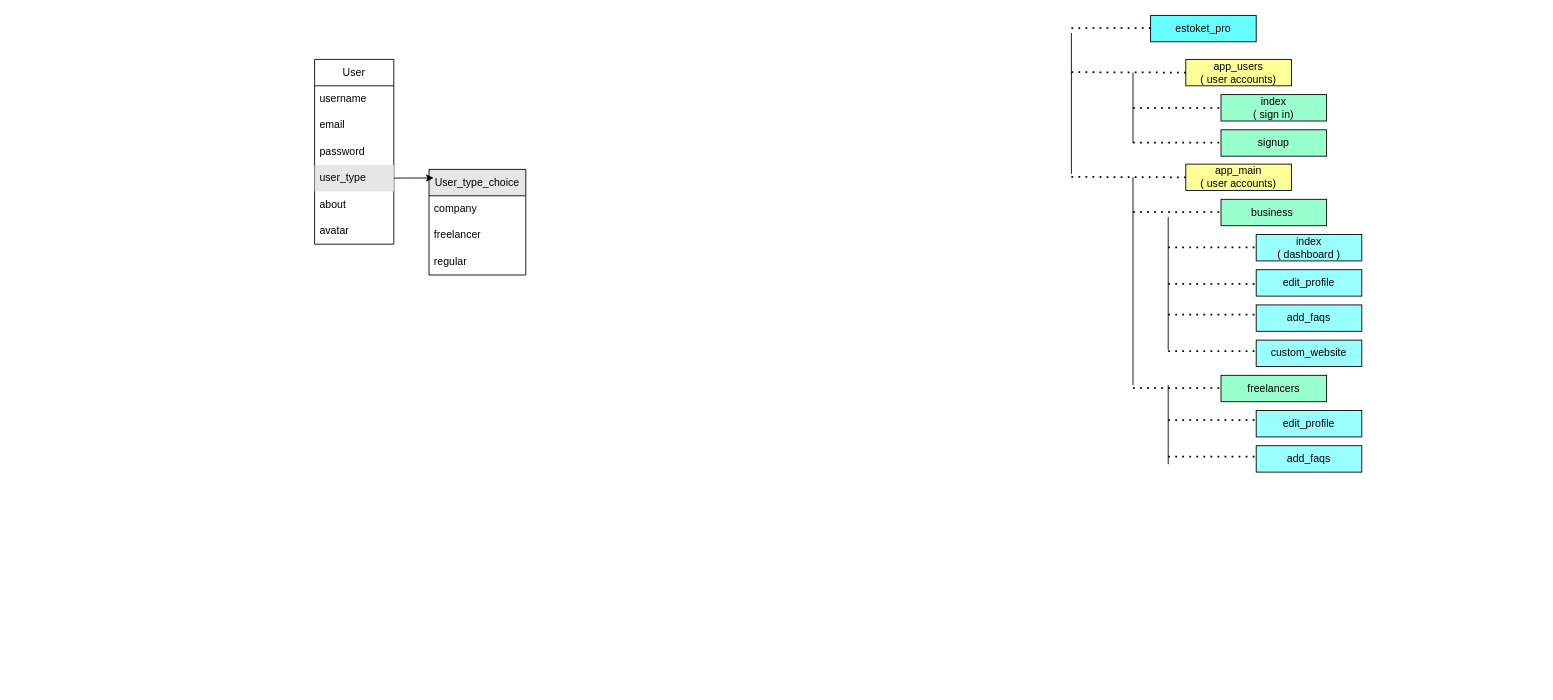
Before: z_proto.drawio in I-AGBLE/estoket_pro, a draw.io diagram. Source tidied: cells renumbered, new cells numbered last; positions are measured from the earlier drawing's top-left corner, leaving out a move shared by most shapes. Both pictures are drawn from the tidied source at 88%, with x=0, y=0 at pixel (314, 15).
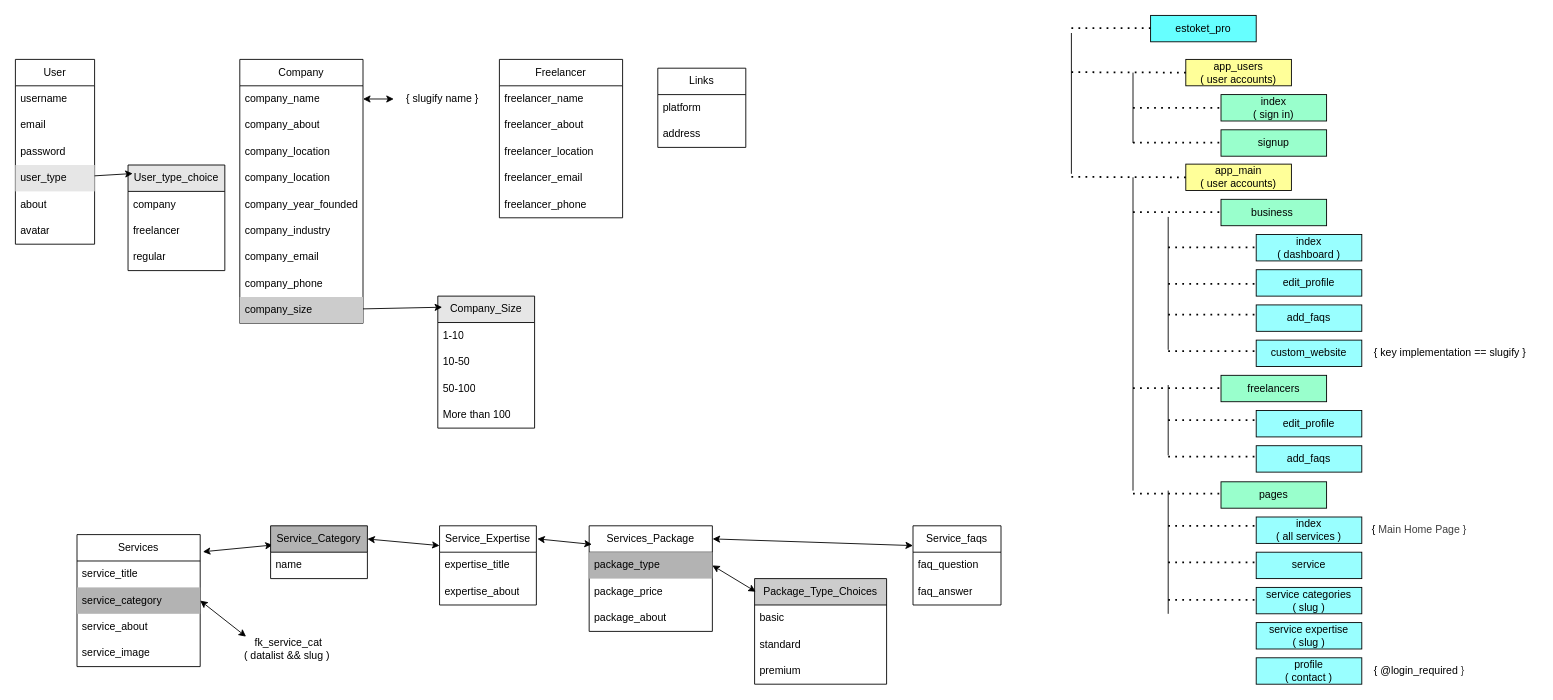
After the change.

The edit, as a diff of the source:
```diff
@@
     <mxCell id="2" value="User" style="swimlane;fontStyle=0;horizontal=1;startSize=30;whiteSpace=wrap;html=1;" parent="1" vertex="1">
-      <mxGeometry y="50" width="90" height="210" as="geometry" />
+      <mxGeometry x="-340" y="50" width="90" height="210" as="geometry" />
     </mxCell>
@@
     <mxCell id="9" value="User_type_choice" style="swimlane;fontStyle=0;horizontal=1;startSize=30;whiteSpace=wrap;html=1;fillColor=#E6E6E6;" parent="1" vertex="1">
-      <mxGeometry x="130" y="175" width="110" height="120" as="geometry" />
+      <mxGeometry x="-212" y="170" width="110" height="120" as="geometry" />
     </mxCell>
@@
-    <mxCell id="24" value="&lt;div&gt;&lt;span style=&quot;background-color: transparent;&quot;&gt;&lt;font color=&quot;#000000&quot;&gt;custom_website&lt;/font&gt;&lt;/span&gt;&lt;/div&gt;" style="rounded=0;whiteSpace=wrap;html=1;fillColor=#99FFFF;" parent="1" vertex="1">
-      <mxGeometry x="1070" y="369" width="120" height="30" as="geometry" />
-    </mxCell>
@@
     <mxCell id="42" style="endArrow=none;html=1;" parent="1" edge="1">
       <mxGeometry relative="1" as="geometry">
-        <mxPoint x="930" y="420" as="sourcePoint" />
+        <mxPoint x="930" y="540" as="sourcePoint" />
         <mxPoint x="930" y="184" as="targetPoint" />
       </mxGeometry>
     </mxCell>
     <mxCell id="43" style="endArrow=none;html=1;" parent="1" edge="1">
       <mxGeometry relative="1" as="geometry">
-        <mxPoint x="970" y="510" as="sourcePoint" />
+        <mxPoint x="970" y="500" as="sourcePoint" />
         <mxPoint x="970" y="420" as="targetPoint" />
       </mxGeometry>
     </mxCell>
@@
+    <mxCell id="45" value="Company" style="swimlane;fontStyle=0;horizontal=1;startSize=30;whiteSpace=wrap;html=1;" parent="1" vertex="1">
+      <mxGeometry x="-85" y="50" width="140" height="300" as="geometry" />
+    </mxCell>
+    <mxCell id="46" value="company_name" style="text;strokeColor=none;fillColor=none;align=left;verticalAlign=middle;spacingLeft=4;spacingRight=4;overflow=hidden;points=[[0,0.5],[1,0.5]];portConstraint=eastwest;whiteSpace=wrap;html=1;" parent="45" vertex="1">
+      <mxGeometry y="30" width="140" height="30" as="geometry" />
+    </mxCell>
+    <mxCell id="47" value="company_about" style="text;strokeColor=none;fillColor=none;align=left;verticalAlign=middle;spacingLeft=4;spacingRight=4;overflow=hidden;whiteSpace=wrap;html=1;" parent="45" vertex="1">
+      <mxGeometry y="60" width="140" height="30" as="geometry" />
+    </mxCell>
+    <mxCell id="48" value="company_location" style="text;strokeColor=none;fillColor=none;align=left;verticalAlign=middle;spacingLeft=4;spacingRight=4;overflow=hidden;whiteSpace=wrap;html=1;" parent="45" vertex="1">
+      <mxGeometry y="90" width="140" height="30" as="geometry" />
+    </mxCell>
+    <mxCell id="49" value="company_location" style="text;strokeColor=none;fillColor=none;align=left;verticalAlign=middle;spacingLeft=4;spacingRight=4;overflow=hidden;whiteSpace=wrap;html=1;" parent="45" vertex="1">
+      <mxGeometry y="120" width="140" height="30" as="geometry" />
+    </mxCell>
+    <mxCell id="50" value="company_year_founded" style="text;strokeColor=none;fillColor=none;align=left;verticalAlign=middle;spacingLeft=4;spacingRight=4;overflow=hidden;whiteSpace=wrap;html=1;" parent="45" vertex="1">
+      <mxGeometry y="150" width="140" height="30" as="geometry" />
+    </mxCell>
+    <mxCell id="51" value="company_industry" style="text;strokeColor=none;fillColor=none;align=left;verticalAlign=middle;spacingLeft=4;spacingRight=4;overflow=hidden;whiteSpace=wrap;html=1;" parent="45" vertex="1">
+      <mxGeometry y="180" width="140" height="30" as="geometry" />
+    </mxCell>
+    <mxCell id="52" value="company_email" style="text;strokeColor=none;fillColor=none;align=left;verticalAlign=middle;spacingLeft=4;spacingRight=4;overflow=hidden;whiteSpace=wrap;html=1;" parent="45" vertex="1">
+      <mxGeometry y="210" width="140" height="30" as="geometry" />
+    </mxCell>
+    <mxCell id="53" value="company_phone" style="text;strokeColor=none;fillColor=none;align=left;verticalAlign=middle;spacingLeft=4;spacingRight=4;overflow=hidden;whiteSpace=wrap;html=1;" parent="45" vertex="1">
+      <mxGeometry y="240" width="140" height="30" as="geometry" />
+    </mxCell>
+    <mxCell id="54" value="company_size" style="text;strokeColor=none;fillColor=#CCCCCC;align=left;verticalAlign=middle;spacingLeft=4;spacingRight=4;overflow=hidden;points=[[0,0.5],[1,0.5]];portConstraint=eastwest;whiteSpace=wrap;html=1;" parent="45" vertex="1">
+      <mxGeometry y="270" width="140" height="30" as="geometry" />
+    </mxCell>
+    <mxCell id="55" value="Company_Size" style="swimlane;fontStyle=0;horizontal=1;startSize=30;whiteSpace=wrap;html=1;fillColor=#E6E6E6;" parent="1" vertex="1">
+      <mxGeometry x="140" y="319" width="110" height="150" as="geometry" />
+    </mxCell>
+    <mxCell id="56" value="&lt;span style=&quot;color: rgb(0, 0, 0);&quot;&gt;1-10&lt;/span&gt;" style="text;strokeColor=none;fillColor=none;align=left;verticalAlign=middle;spacingLeft=4;spacingRight=4;overflow=hidden;whiteSpace=wrap;html=1;" parent="55" vertex="1">
+      <mxGeometry y="30" width="110" height="30" as="geometry" />
+    </mxCell>
+    <mxCell id="57" value="&lt;span style=&quot;color: rgb(0, 0, 0);&quot;&gt;10-50&lt;/span&gt;" style="text;strokeColor=none;fillColor=none;align=left;verticalAlign=middle;spacingLeft=4;spacingRight=4;overflow=hidden;whiteSpace=wrap;html=1;" parent="55" vertex="1">
+      <mxGeometry y="60" width="110" height="30" as="geometry" />
+    </mxCell>
+    <mxCell id="58" value="&lt;span style=&quot;color: rgb(0, 0, 0);&quot;&gt;50-100&lt;/span&gt;" style="text;strokeColor=none;fillColor=none;align=left;verticalAlign=middle;spacingLeft=4;spacingRight=4;overflow=hidden;whiteSpace=wrap;html=1;" parent="55" vertex="1">
+      <mxGeometry y="90" width="110" height="30" as="geometry" />
+    </mxCell>
+    <mxCell id="59" value="More than 100" style="text;strokeColor=none;fillColor=none;align=left;verticalAlign=middle;spacingLeft=4;spacingRight=4;overflow=hidden;whiteSpace=wrap;html=1;" parent="55" vertex="1">
+      <mxGeometry y="120" width="110" height="30" as="geometry" />
+    </mxCell>
+    <mxCell id="60" style="edgeStyle=none;html=1;entryX=0.045;entryY=0.084;entryDx=0;entryDy=0;entryPerimeter=0;" parent="1" edge="1" source="54" target="55">
+      <mxGeometry relative="1" as="geometry" />
+    </mxCell>
+    <mxCell id="61" value="Freelancer" style="swimlane;fontStyle=0;horizontal=1;startSize=30;whiteSpace=wrap;html=1;" parent="1" vertex="1">
+      <mxGeometry x="210" y="50" width="140" height="180" as="geometry" />
+    </mxCell>
+    <mxCell id="62" value="freelancer_name" style="text;strokeColor=none;fillColor=none;align=left;verticalAlign=middle;spacingLeft=4;spacingRight=4;overflow=hidden;whiteSpace=wrap;html=1;" parent="61" vertex="1">
+      <mxGeometry y="30" width="140" height="30" as="geometry" />
+    </mxCell>
+    <mxCell id="63" value="freelancer_about" style="text;strokeColor=none;fillColor=none;align=left;verticalAlign=middle;spacingLeft=4;spacingRight=4;overflow=hidden;whiteSpace=wrap;html=1;" parent="61" vertex="1">
+      <mxGeometry y="60" width="140" height="30" as="geometry" />
+    </mxCell>
+    <mxCell id="64" value="freelancer_location" style="text;strokeColor=none;fillColor=none;align=left;verticalAlign=middle;spacingLeft=4;spacingRight=4;overflow=hidden;whiteSpace=wrap;html=1;" parent="61" vertex="1">
+      <mxGeometry y="90" width="140" height="30" as="geometry" />
+    </mxCell>
+    <mxCell id="65" value="freelancer_email" style="text;strokeColor=none;fillColor=none;align=left;verticalAlign=middle;spacingLeft=4;spacingRight=4;overflow=hidden;whiteSpace=wrap;html=1;" parent="61" vertex="1">
+      <mxGeometry y="120" width="140" height="30" as="geometry" />
+    </mxCell>
+    <mxCell id="66" value="freelancer_phone" style="text;strokeColor=none;fillColor=none;align=left;verticalAlign=middle;spacingLeft=4;spacingRight=4;overflow=hidden;whiteSpace=wrap;html=1;" parent="61" vertex="1">
+      <mxGeometry y="150" width="140" height="30" as="geometry" />
+    </mxCell>
+    <mxCell id="67" value="Links" style="swimlane;fontStyle=0;horizontal=1;startSize=30;whiteSpace=wrap;html=1;" parent="1" vertex="1">
+      <mxGeometry x="390" y="60" width="100" height="90" as="geometry" />
+    </mxCell>
+    <mxCell id="68" value="platform" style="text;strokeColor=none;fillColor=none;align=left;verticalAlign=middle;spacingLeft=4;spacingRight=4;overflow=hidden;whiteSpace=wrap;html=1;" parent="67" vertex="1">
+      <mxGeometry y="30" width="100" height="30" as="geometry" />
+    </mxCell>
+    <mxCell id="69" value="address" style="text;strokeColor=none;fillColor=none;align=left;verticalAlign=middle;spacingLeft=4;spacingRight=4;overflow=hidden;whiteSpace=wrap;html=1;" parent="67" vertex="1">
+      <mxGeometry y="60" width="100" height="30" as="geometry" />
+    </mxCell>
+    <mxCell id="70" value="Services" style="swimlane;fontStyle=0;horizontal=1;startSize=30;whiteSpace=wrap;html=1;" parent="1" vertex="1">
+      <mxGeometry x="-270" y="590" width="140" height="150" as="geometry" />
+    </mxCell>
+    <mxCell id="71" value="service_title" style="text;strokeColor=none;fillColor=none;align=left;verticalAlign=middle;spacingLeft=4;spacingRight=4;overflow=hidden;whiteSpace=wrap;html=1;" parent="70" vertex="1">
+      <mxGeometry y="30" width="140" height="30" as="geometry" />
+    </mxCell>
+    <mxCell id="72" value="service_category" style="text;strokeColor=none;fillColor=#B3B3B3;align=left;verticalAlign=middle;spacingLeft=4;spacingRight=4;overflow=hidden;points=[[0,0.5],[1,0.5]];portConstraint=eastwest;whiteSpace=wrap;html=1;" parent="70" vertex="1">
+      <mxGeometry y="60" width="140" height="30" as="geometry" />
+    </mxCell>
+    <mxCell id="73" value="service_about" style="text;strokeColor=none;fillColor=none;align=left;verticalAlign=middle;spacingLeft=4;spacingRight=4;overflow=hidden;whiteSpace=wrap;html=1;" parent="70" vertex="1">
+      <mxGeometry y="90" width="140" height="30" as="geometry" />
+    </mxCell>
+    <mxCell id="74" value="service_image" style="text;strokeColor=none;fillColor=none;align=left;verticalAlign=middle;spacingLeft=4;spacingRight=4;overflow=hidden;whiteSpace=wrap;html=1;" parent="70" vertex="1">
+      <mxGeometry y="120" width="140" height="30" as="geometry" />
+    </mxCell>
+    <mxCell id="75" value="Service_Expertise" style="swimlane;fontStyle=0;horizontal=1;startSize=30;whiteSpace=wrap;html=1;" parent="1" vertex="1">
+      <mxGeometry x="142" y="580" width="110" height="90" as="geometry" />
+    </mxCell>
+    <mxCell id="76" value="expertise_title" style="text;strokeColor=none;fillColor=none;align=left;verticalAlign=middle;spacingLeft=4;spacingRight=4;overflow=hidden;whiteSpace=wrap;html=1;" parent="75" vertex="1">
+      <mxGeometry y="30" width="110" height="30" as="geometry" />
+    </mxCell>
+    <mxCell id="77" value="expertise_about" style="text;strokeColor=none;fillColor=none;align=left;verticalAlign=middle;spacingLeft=4;spacingRight=4;overflow=hidden;whiteSpace=wrap;html=1;" parent="75" vertex="1">
+      <mxGeometry y="60" width="110" height="30" as="geometry" />
+    </mxCell>
+    <mxCell id="78" value="Services_Package" style="swimlane;fontStyle=0;horizontal=1;startSize=30;whiteSpace=wrap;html=1;" parent="1" vertex="1">
+      <mxGeometry x="312" y="580" width="140" height="120" as="geometry" />
+    </mxCell>
+    <mxCell id="79" value="package_type" style="text;strokeColor=none;fillColor=#B3B3B3;align=left;verticalAlign=middle;spacingLeft=4;spacingRight=4;overflow=hidden;points=[[0,0.5],[1,0.5]];portConstraint=eastwest;whiteSpace=wrap;html=1;" parent="78" vertex="1">
+      <mxGeometry y="30" width="140" height="30" as="geometry" />
+    </mxCell>
+    <mxCell id="80" value="package_price" style="text;strokeColor=none;fillColor=none;align=left;verticalAlign=middle;spacingLeft=4;spacingRight=4;overflow=hidden;whiteSpace=wrap;html=1;" parent="78" vertex="1">
+      <mxGeometry y="60" width="140" height="30" as="geometry" />
+    </mxCell>
+    <mxCell id="81" value="package_about" style="text;strokeColor=none;fillColor=none;align=left;verticalAlign=middle;spacingLeft=4;spacingRight=4;overflow=hidden;whiteSpace=wrap;html=1;" parent="78" vertex="1">
+      <mxGeometry y="90" width="140" height="30" as="geometry" />
+    </mxCell>
+    <mxCell id="82" value="Service_faqs" style="swimlane;fontStyle=0;horizontal=1;startSize=30;whiteSpace=wrap;html=1;" parent="1" vertex="1">
+      <mxGeometry x="680" y="580" width="100" height="90" as="geometry" />
+    </mxCell>
+    <mxCell id="83" value="faq_question" style="text;strokeColor=none;fillColor=none;align=left;verticalAlign=middle;spacingLeft=4;spacingRight=4;overflow=hidden;whiteSpace=wrap;html=1;" parent="82" vertex="1">
+      <mxGeometry y="30" width="100" height="30" as="geometry" />
+    </mxCell>
+    <mxCell id="84" value="faq_answer" style="text;strokeColor=none;fillColor=none;align=left;verticalAlign=middle;spacingLeft=4;spacingRight=4;overflow=hidden;whiteSpace=wrap;html=1;" parent="82" vertex="1">
+      <mxGeometry y="60" width="100" height="30" as="geometry" />
+    </mxCell>
+    <mxCell id="85" value="Package_Type_Choices" style="swimlane;fontStyle=0;horizontal=1;startSize=30;whiteSpace=wrap;html=1;fillColor=#CCCCCC;" parent="1" vertex="1">
+      <mxGeometry x="500" y="640" width="150" height="120" as="geometry" />
+    </mxCell>
+    <mxCell id="86" value="basic" style="text;strokeColor=none;fillColor=none;align=left;verticalAlign=middle;spacingLeft=4;spacingRight=4;overflow=hidden;whiteSpace=wrap;html=1;" parent="85" vertex="1">
+      <mxGeometry y="30" width="150" height="30" as="geometry" />
+    </mxCell>
+    <mxCell id="87" value="standard" style="text;strokeColor=none;fillColor=none;align=left;verticalAlign=middle;spacingLeft=4;spacingRight=4;overflow=hidden;whiteSpace=wrap;html=1;" parent="85" vertex="1">
+      <mxGeometry y="60" width="150" height="30" as="geometry" />
+    </mxCell>
+    <mxCell id="88" value="premium" style="text;strokeColor=none;fillColor=none;align=left;verticalAlign=middle;spacingLeft=4;spacingRight=4;overflow=hidden;whiteSpace=wrap;html=1;" parent="85" vertex="1">
+      <mxGeometry y="90" width="150" height="30" as="geometry" />
+    </mxCell>
+    <mxCell id="89" style="endArrow=classic;startArrow=classic;html=1;exitX=1;exitY=0.5;exitDx=0;exitDy=0;entryX=0.009;entryY=0.124;entryDx=0;entryDy=0;entryPerimeter=0;" parent="1" edge="1" source="79" target="85">
+      <mxGeometry relative="1" as="geometry" />
+    </mxCell>
+    <mxCell id="90" style="endArrow=classic;startArrow=classic;html=1;exitX=1.022;exitY=0.13;exitDx=0;exitDy=0;exitPerimeter=0;entryX=0.022;entryY=0.364;entryDx=0;entryDy=0;entryPerimeter=0;" parent="1" edge="1" source="70" target="100">
+      <mxGeometry relative="1" as="geometry" />
+    </mxCell>
+    <mxCell id="91" style="endArrow=classic;startArrow=classic;html=1;exitX=1.01;exitY=0.165;exitDx=0;exitDy=0;exitPerimeter=0;entryX=0.022;entryY=0.176;entryDx=0;entryDy=0;entryPerimeter=0;" parent="1" edge="1" source="75" target="78">
+      <mxGeometry relative="1" as="geometry" />
+    </mxCell>
+    <mxCell id="92" style="endArrow=classic;startArrow=classic;html=1;exitX=1.002;exitY=0.124;exitDx=0;exitDy=0;exitPerimeter=0;entryX=0;entryY=0.25;entryDx=0;entryDy=0;" parent="1" edge="1" source="78" target="82">
+      <mxGeometry relative="1" as="geometry" />
+    </mxCell>
+    <mxCell id="93" value="&lt;div&gt;&lt;span style=&quot;background-color: transparent;&quot;&gt;&lt;font color=&quot;#000000&quot;&gt;pages&lt;/font&gt;&lt;/span&gt;&lt;/div&gt;" style="rounded=0;whiteSpace=wrap;html=1;fillColor=#99FFCC;" parent="1" vertex="1">
+      <mxGeometry x="1030" y="530" width="120" height="30" as="geometry" />
+    </mxCell>
+    <mxCell id="94" value="&lt;div&gt;&lt;span style=&quot;background-color: transparent;&quot;&gt;&lt;font color=&quot;#000000&quot;&gt;service&lt;/font&gt;&lt;/span&gt;&lt;/div&gt;" style="rounded=0;whiteSpace=wrap;html=1;fillColor=#99FFFF;" parent="1" vertex="1">
+      <mxGeometry x="1070" y="610" width="120" height="30" as="geometry" />
+    </mxCell>
+    <mxCell id="95" style="endArrow=none;dashed=1;html=1;dashPattern=1 3;strokeWidth=2;entryX=0;entryY=0.5;entryDx=0;entryDy=0;fillColor=#00FFFF;" parent="1" edge="1">
+      <mxGeometry relative="1" as="geometry">
+        <mxPoint x="970" y="621.5" as="sourcePoint" />
+        <mxPoint x="1070" y="621.5" as="targetPoint" />
+      </mxGeometry>
+    </mxCell>
+    <mxCell id="96" style="endArrow=none;dashed=1;html=1;dashPattern=1 3;strokeWidth=2;entryX=0;entryY=0.5;entryDx=0;entryDy=0;fillColor=#00FFFF;" parent="1" edge="1">
+      <mxGeometry relative="1" as="geometry">
+        <mxPoint x="970" y="580" as="sourcePoint" />
+        <mxPoint x="1070" y="580" as="targetPoint" />
+      </mxGeometry>
+    </mxCell>
+    <mxCell id="97" style="endArrow=none;dashed=1;html=1;dashPattern=1 3;strokeWidth=2;entryX=0;entryY=0.5;entryDx=0;entryDy=0;" parent="1" edge="1">
+      <mxGeometry relative="1" as="geometry">
+        <mxPoint x="930" y="543.5" as="sourcePoint" />
+        <mxPoint x="1030" y="543.5" as="targetPoint" />
+      </mxGeometry>
+    </mxCell>
+    <mxCell id="98" style="endArrow=none;html=1;" parent="1" edge="1">
+      <mxGeometry relative="1" as="geometry">
+        <mxPoint x="970" y="680" as="sourcePoint" />
+        <mxPoint x="970" y="540" as="targetPoint" />
+      </mxGeometry>
+    </mxCell>
+    <mxCell id="99" style="endArrow=none;dashed=1;html=1;dashPattern=1 3;strokeWidth=2;entryX=0;entryY=0.5;entryDx=0;entryDy=0;fillColor=#00FFFF;" parent="1" edge="1">
+      <mxGeometry relative="1" as="geometry">
+        <mxPoint x="970" y="664.3" as="sourcePoint" />
+        <mxPoint x="1070" y="664.3" as="targetPoint" />
+      </mxGeometry>
+    </mxCell>
+    <mxCell id="100" value="Service_Category" style="swimlane;fontStyle=0;horizontal=1;startSize=30;whiteSpace=wrap;html=1;fillColor=#B3B3B3;" parent="1" vertex="1">
+      <mxGeometry x="-50" y="580" width="110" height="60" as="geometry" />
+    </mxCell>
+    <mxCell id="101" value="name" style="text;strokeColor=none;fillColor=none;align=left;verticalAlign=middle;spacingLeft=4;spacingRight=4;overflow=hidden;whiteSpace=wrap;html=1;" parent="100" vertex="1">
+      <mxGeometry y="30" width="110" height="30" as="geometry" />
+    </mxCell>
+    <mxCell id="102" style="endArrow=classic;startArrow=classic;html=1;exitX=1;exitY=0.25;exitDx=0;exitDy=0;entryX=0;entryY=0.25;entryDx=0;entryDy=0;" parent="1" edge="1" source="100" target="75">
+      <mxGeometry relative="1" as="geometry" />
+    </mxCell>
+    <mxCell id="103" value="&lt;div&gt;&lt;span style=&quot;background-color: transparent;&quot;&gt;&lt;font color=&quot;#000000&quot;&gt;service categories&lt;/font&gt;&lt;/span&gt;&lt;/div&gt;&lt;div&gt;&lt;span style=&quot;background-color: transparent;&quot;&gt;&lt;font color=&quot;#000000&quot;&gt;( slug )&lt;/font&gt;&lt;/span&gt;&lt;/div&gt;" style="rounded=0;whiteSpace=wrap;html=1;fillColor=#99FFFF;" parent="1" vertex="1">
+      <mxGeometry x="1070" y="650" width="120" height="30" as="geometry" />
+    </mxCell>
+    <mxCell id="104" style="group;" parent="1" vertex="1">
+      <mxGeometry x="1070" y="730" width="250" height="30" as="geometry" />
+    </mxCell>
+    <mxCell id="105" value="&lt;div&gt;&lt;span style=&quot;background-color: transparent;&quot;&gt;&lt;font color=&quot;#000000&quot;&gt;profile&lt;/font&gt;&lt;/span&gt;&lt;/div&gt;&lt;div&gt;&lt;span style=&quot;background-color: transparent;&quot;&gt;&lt;font color=&quot;#000000&quot;&gt;( contact )&lt;/font&gt;&lt;/span&gt;&lt;/div&gt;" style="rounded=0;whiteSpace=wrap;html=1;fillColor=#99FFFF;" parent="104" vertex="1">
+      <mxGeometry width="120" height="30" as="geometry" />
+    </mxCell>
+    <mxCell id="106" value="{ @login_required&lt;span style=&quot;color: rgb(63, 63, 63); background-color: transparent;&quot;&gt;&amp;nbsp;}&lt;/span&gt;" style="text;html=1;align=center;verticalAlign=middle;strokeColor=none;fillColor=none;" parent="104" vertex="1">
+      <mxGeometry x="120" width="130" height="30" as="geometry" />
+    </mxCell>
+    <mxCell id="107" style="group;" parent="1" vertex="1">
+      <mxGeometry x="1070" y="570" width="250" height="30" as="geometry" />
+    </mxCell>
+    <mxCell id="108" value="&lt;div&gt;&lt;span style=&quot;background-color: transparent;&quot;&gt;&lt;font color=&quot;#000000&quot;&gt;index&lt;/font&gt;&lt;/span&gt;&lt;/div&gt;&lt;div&gt;&lt;span style=&quot;background-color: transparent;&quot;&gt;&lt;font color=&quot;#000000&quot;&gt;( all services )&lt;/font&gt;&lt;/span&gt;&lt;/div&gt;" style="rounded=0;whiteSpace=wrap;html=1;fillColor=#99FFFF;" parent="107" vertex="1">
+      <mxGeometry width="120" height="30" as="geometry" />
+    </mxCell>
+    <mxCell id="109" value="{&amp;nbsp;&lt;span style=&quot;color: rgb(63, 63, 63); background-color: transparent;&quot;&gt;Main Home Page }&lt;/span&gt;" style="text;html=1;align=center;verticalAlign=middle;strokeColor=none;fillColor=none;" parent="107" vertex="1">
+      <mxGeometry x="120" width="130" height="30" as="geometry" />
+    </mxCell>
+    <mxCell id="110" value="&lt;div&gt;&lt;span style=&quot;background-color: transparent;&quot;&gt;&lt;font color=&quot;#000000&quot;&gt;service expertise&lt;/font&gt;&lt;/span&gt;&lt;/div&gt;&lt;div&gt;&lt;span style=&quot;background-color: transparent;&quot;&gt;( slug )&lt;/span&gt;&lt;/div&gt;" style="rounded=0;whiteSpace=wrap;html=1;fillColor=#99FFFF;" parent="1" vertex="1">
+      <mxGeometry x="1070" y="690" width="120" height="30" as="geometry" />
+    </mxCell>
+    <mxCell id="111" value="fk_service_cat&lt;div&gt;( datalist &amp;amp;&amp;amp; slug )&amp;nbsp;&lt;/div&gt;" style="text;html=1;align=center;verticalAlign=middle;points=[];strokeColor=none;fillColor=none;" parent="1" vertex="1">
+      <mxGeometry x="-90" y="700" width="120" height="40" as="geometry" />
+    </mxCell>
+    <mxCell id="112" style="endArrow=classic;startArrow=classic;html=1;exitX=1;exitY=0.5;exitDx=0;exitDy=0;entryX=0.101;entryY=0.149;entryDx=0;entryDy=0;entryPerimeter=0;" parent="1" edge="1" source="72" target="111">
+      <mxGeometry relative="1" as="geometry" />
+    </mxCell>
+    <mxCell id="113" style="group;" parent="1" vertex="1">
+      <mxGeometry x="1070" y="369" width="320" height="30" as="geometry" />
+    </mxCell>
+    <mxCell id="24" value="&lt;div&gt;&lt;span style=&quot;background-color: transparent;&quot;&gt;&lt;font color=&quot;#000000&quot;&gt;custom_website&lt;/font&gt;&lt;/span&gt;&lt;/div&gt;" style="rounded=0;whiteSpace=wrap;html=1;fillColor=#99FFFF;" parent="113" vertex="1">
+      <mxGeometry width="120" height="30" as="geometry" />
+    </mxCell>
+    <mxCell id="114" value="{ key implementation == slugify }" style="text;html=1;align=center;verticalAlign=middle;strokeColor=none;fillColor=none;" parent="113" vertex="1">
+      <mxGeometry x="120" width="200" height="30" as="geometry" />
+    </mxCell>
+    <mxCell id="115" value="{ slugify name }" style="text;html=1;align=center;verticalAlign=middle;points=[];strokeColor=none;fillColor=none;" parent="1" vertex="1">
+      <mxGeometry x="90" y="80" width="110" height="30" as="geometry" />
+    </mxCell>
+    <mxCell id="116" style="endArrow=classic;startArrow=classic;html=1;" parent="1" edge="1" source="46" target="115">
+      <mxGeometry relative="1" as="geometry" />
+    </mxCell>
```
